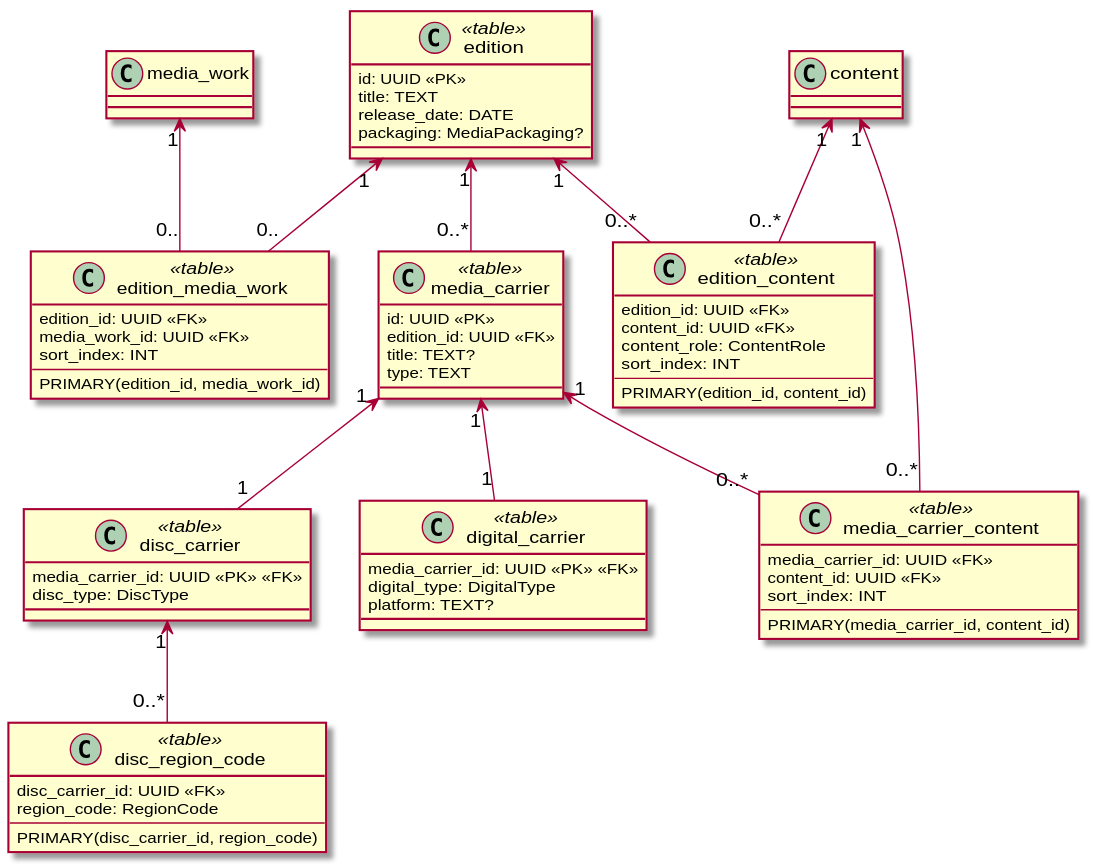
Above: docs/diagrams/data/edition.data.svg in yantue/colleq (PlantUML), before the change.
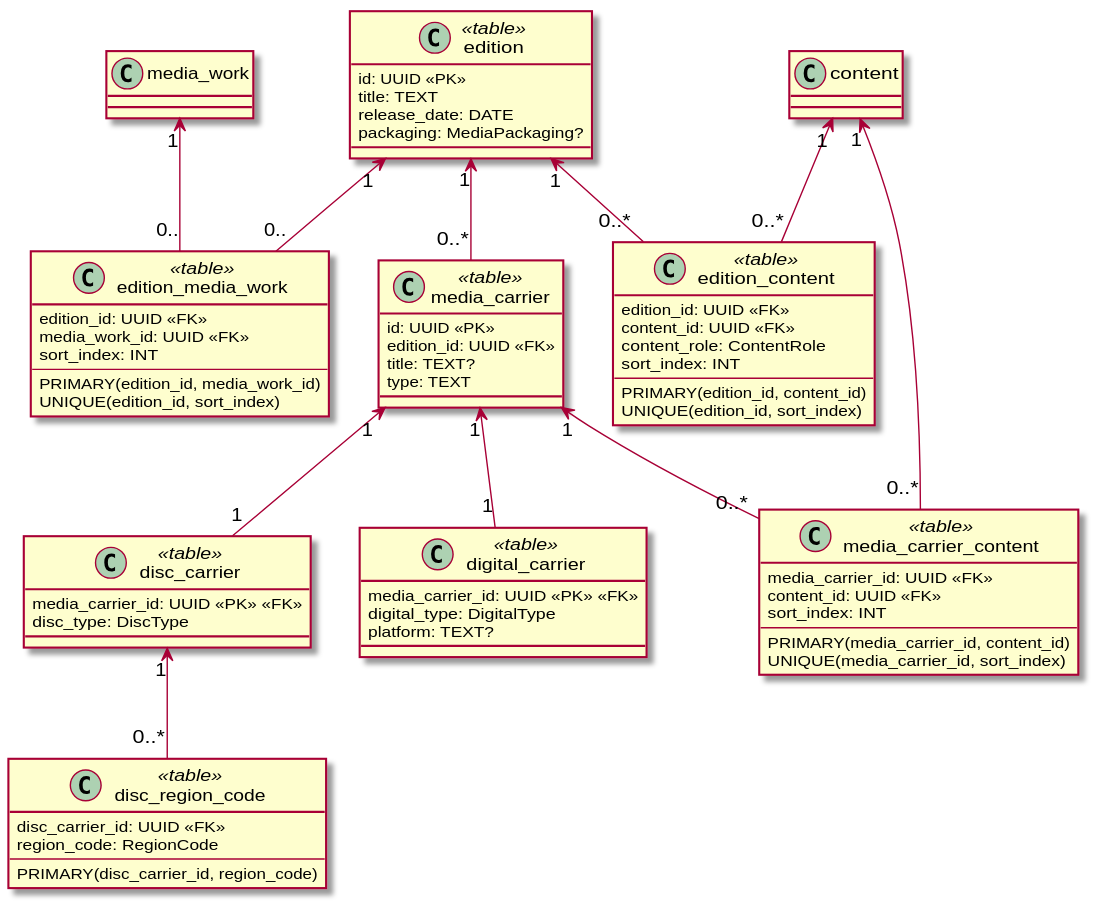
Later version of the same file.

Change to the diagram source:
```diff
@@ -14,6 +14,7 @@
     sort_index: INT
     --
     PRIMARY(edition_id, media_work_id)
+    UNIQUE(edition_id, sort_index)
 }
 
 edition "1" <-- "0.." edition_media_work
@@ -25,6 +26,7 @@
     sort_index: INT
     --
     PRIMARY(edition_id, content_id)
+    UNIQUE(edition_id, sort_index)
 }
 
 edition "1" <-- "0..*" edition_content
@@ -68,6 +70,7 @@
     sort_index: INT
     --
     PRIMARY(media_carrier_id, content_id)
+    UNIQUE(media_carrier_id, sort_index)
 }
 
 media_carrier "1" <-- "0..*" media_carrier_content
```
